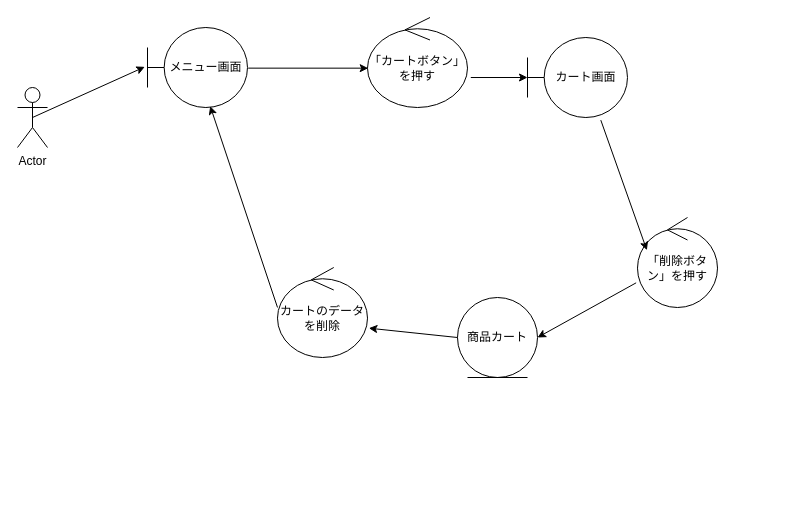
The draw.io diagram group/3-3_総合演習1_BBショップ注文管理システム/ロバストネス図/lo_c_05_cartdelete.drawio in ko246/ohara_uml, before the edit. Source tidied: cells renumbered, new cells numbered last; positions are measured from the earlier drawing's top-left corner, leaving out a move shared by most shapes. Both pictures are drawn from the tidied source at 100%, with x=0, y=0 at pixel (17, 17).
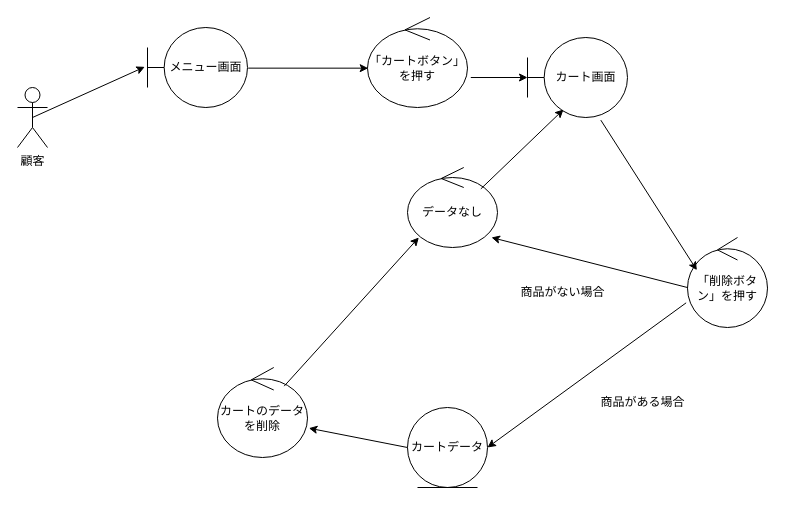
The same diagram, later.

Commit message (it also covers changes not shown here):
削除とキャンセル

Unchanged cells that the change refers to:
```xml
<mxCell id="3" value="メニュー画面" style="shape=umlBoundary;whiteSpace=wrap;html=1;" parent="1" vertex="1">
  <mxGeometry x="130" y="10" width="100" height="80" as="geometry" />
</mxCell>
<mxCell id="5" value="カート画面" style="shape=umlBoundary;whiteSpace=wrap;html=1;" parent="1" vertex="1">
  <mxGeometry x="510" y="20" width="100" height="80" as="geometry" />
</mxCell>
```

Change to the diagram source:
```diff
@@
-    <mxCell id="2" value="Actor" style="shape=umlActor;verticalLabelPosition=bottom;verticalAlign=top;html=1;" parent="1" vertex="1">
+    <mxCell id="2" value="顧客" style="shape=umlActor;verticalLabelPosition=bottom;verticalAlign=top;html=1;" parent="1" vertex="1">
       <mxGeometry y="70" width="30" height="60" as="geometry" />
     </mxCell>
@@
     <mxCell id="6" value="「削除ボタン」を押す" style="ellipse;shape=umlControl;whiteSpace=wrap;html=1;" parent="1" vertex="1">
-      <mxGeometry x="620" y="200" width="80" height="90" as="geometry" />
+      <mxGeometry x="670" y="220" width="80" height="90" as="geometry" />
     </mxCell>
-    <mxCell id="7" value="商品カート" style="ellipse;shape=umlEntity;whiteSpace=wrap;html=1;" parent="1" vertex="1">
-      <mxGeometry x="440" y="280" width="80" height="80" as="geometry" />
+    <mxCell id="7" value="カートデータ" style="ellipse;shape=umlEntity;whiteSpace=wrap;html=1;" parent="1" vertex="1">
+      <mxGeometry x="390" y="390" width="80" height="80" as="geometry" />
     </mxCell>
     <mxCell id="8" value="カートのデータを削除" style="ellipse;shape=umlControl;whiteSpace=wrap;html=1;" parent="1" vertex="1">
-      <mxGeometry x="260" y="250" width="90" height="90" as="geometry" />
+      <mxGeometry x="200" y="350" width="90" height="90" as="geometry" />
     </mxCell>
-    <mxCell id="9" style="edgeStyle=none;html=1;entryX=0.627;entryY=0.983;entryDx=0;entryDy=0;entryPerimeter=0;exitX=0;exitY=0.444;exitDx=0;exitDy=0;exitPerimeter=0;" parent="1" edge="1" source="8" target="3">
+    <mxCell id="9" style="edgeStyle=none;html=1;entryX=0.126;entryY=0.875;entryDx=0;entryDy=0;entryPerimeter=0;exitX=0.741;exitY=0.207;exitDx=0;exitDy=0;exitPerimeter=0;" parent="1" edge="1" source="8" target="16">
       <mxGeometry relative="1" as="geometry" />
     </mxCell>
@@
+    <mxCell id="16" value="データなし" style="ellipse;shape=umlControl;whiteSpace=wrap;html=1;" parent="1" vertex="1">
+      <mxGeometry x="390" y="150" width="90" height="80" as="geometry" />
+    </mxCell>
+    <mxCell id="17" style="edgeStyle=none;html=1;exitX=0.815;exitY=0.267;exitDx=0;exitDy=0;exitPerimeter=0;entryX=0.36;entryY=0.9;entryDx=0;entryDy=0;entryPerimeter=0;" parent="1" edge="1" source="16" target="5">
+      <mxGeometry relative="1" as="geometry" />
+    </mxCell>
+    <mxCell id="18" value="商品がない場合" style="text;html=1;align=center;verticalAlign=middle;strokeColor=none;fillColor=none;" parent="1" vertex="1">
+      <mxGeometry x="490" y="260" width="110" height="30" as="geometry" />
+    </mxCell>
+    <mxCell id="19" value="商品がある場合" style="text;html=1;align=center;verticalAlign=middle;strokeColor=none;fillColor=none;" parent="1" vertex="1">
+      <mxGeometry x="570" y="370" width="110" height="30" as="geometry" />
+    </mxCell>
+    <mxCell id="20" style="edgeStyle=none;html=1;exitX=0;exitY=0.556;exitDx=0;exitDy=0;exitPerimeter=0;entryX=0.933;entryY=0.875;entryDx=0;entryDy=0;entryPerimeter=0;" parent="1" edge="1" source="6" target="16">
+      <mxGeometry relative="1" as="geometry" />
+    </mxCell>
```
